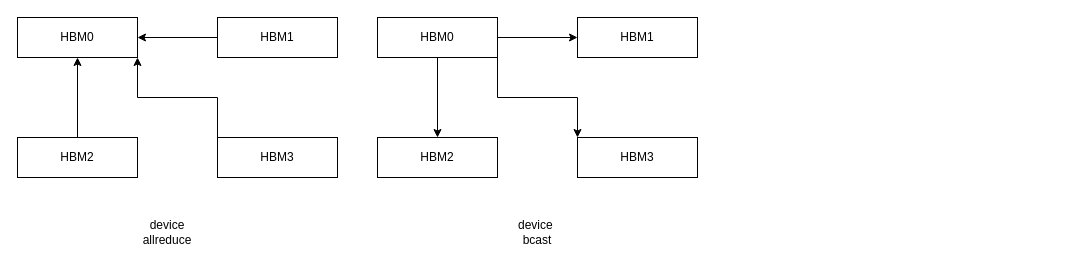
This is device_allreduce.drawio from BEYHHH/SBLP, a draw.io file, before an edit. Source tidied: cells renumbered, new cells numbered last; positions are measured from the earlier drawing's top-left corner, leaving out a move shared by most shapes. Both pictures are drawn from the tidied source at 100%, with x=0, y=0 at pixel (17, 17).
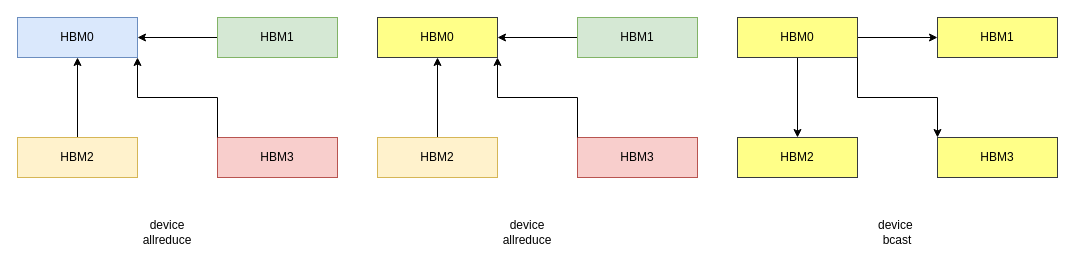
After the change.

Change to the diagram source:
```diff
@@
-    <mxCell id="2" value="HBM0" style="rounded=0;whiteSpace=wrap;html=1;" parent="1" vertex="1">
+    <mxCell id="2" value="HBM0" style="rounded=0;whiteSpace=wrap;html=1;fillColor=#dae8fc;strokeColor=#6c8ebf;" parent="1" vertex="1">
       <mxGeometry width="120" height="40" as="geometry" />
     </mxCell>
@@
-    <mxCell id="4" value="HBM1" style="rounded=0;whiteSpace=wrap;html=1;" parent="1" vertex="1">
+    <mxCell id="4" value="HBM1" style="rounded=0;whiteSpace=wrap;html=1;fillColor=#d5e8d4;strokeColor=#82b366;" parent="1" vertex="1">
       <mxGeometry x="200" width="120" height="40" as="geometry" />
     </mxCell>
@@
-    <mxCell id="6" value="HBM2" style="rounded=0;whiteSpace=wrap;html=1;" parent="1" vertex="1">
+    <mxCell id="6" value="HBM2" style="rounded=0;whiteSpace=wrap;html=1;fillColor=#fff2cc;strokeColor=#d6b656;" parent="1" vertex="1">
       <mxGeometry y="120" width="120" height="40" as="geometry" />
     </mxCell>
-    <mxCell id="7" value="HBM3" style="rounded=0;whiteSpace=wrap;html=1;" parent="1" vertex="1">
+    <mxCell id="7" value="HBM3" style="rounded=0;whiteSpace=wrap;html=1;fillColor=#f8cecc;strokeColor=#b85450;" parent="1" vertex="1">
       <mxGeometry x="200" y="120" width="120" height="40" as="geometry" />
     </mxCell>
@@
-    <mxCell id="9" style="edgeStyle=orthogonalEdgeStyle;rounded=0;jettySize=auto;html=1;" parent="1" edge="1" source="11" target="13">
-      <mxGeometry relative="1" as="geometry" />
-    </mxCell>
-    <mxCell id="10" style="edgeStyle=orthogonalEdgeStyle;rounded=0;jettySize=auto;html=1;" parent="1" edge="1" source="11" target="12">
-      <mxGeometry relative="1" as="geometry" />
-    </mxCell>
-    <mxCell id="11" value="HBM0" style="rounded=0;whiteSpace=wrap;html=1;" parent="1" vertex="1">
-      <mxGeometry x="360" width="120" height="40" as="geometry" />
-    </mxCell>
-    <mxCell id="12" value="HBM1" style="rounded=0;whiteSpace=wrap;html=1;" parent="1" vertex="1">
-      <mxGeometry x="560" width="120" height="40" as="geometry" />
-    </mxCell>
-    <mxCell id="13" value="HBM2" style="rounded=0;whiteSpace=wrap;html=1;" parent="1" vertex="1">
-      <mxGeometry x="360" y="120" width="120" height="40" as="geometry" />
-    </mxCell>
-    <mxCell id="14" value="HBM3" style="rounded=0;whiteSpace=wrap;html=1;" parent="1" vertex="1">
-      <mxGeometry x="560" y="120" width="120" height="40" as="geometry" />
-    </mxCell>
-    <mxCell id="15" style="edgeStyle=orthogonalEdgeStyle;rounded=0;jettySize=auto;html=1;exitX=1;exitY=1;exitDx=0;exitDy=0;entryX=0;entryY=0;entryDx=0;entryDy=0;" parent="1" edge="1" source="11" target="14">
-      <mxGeometry relative="1" as="geometry" />
-    </mxCell>
@@
+    <mxCell id="18" style="edgeStyle=orthogonalEdgeStyle;rounded=0;jettySize=auto;html=1;" parent="1" edge="1" source="20" target="22">
+      <mxGeometry relative="1" as="geometry" />
+    </mxCell>
+    <mxCell id="19" style="edgeStyle=orthogonalEdgeStyle;rounded=0;jettySize=auto;html=1;" parent="1" edge="1" source="20" target="21">
+      <mxGeometry relative="1" as="geometry" />
+    </mxCell>
+    <mxCell id="20" value="HBM0" style="rounded=0;whiteSpace=wrap;html=1;fillColor=#ffff88;strokeColor=#36393d;" parent="1" vertex="1">
+      <mxGeometry x="720" width="120" height="40" as="geometry" />
+    </mxCell>
+    <mxCell id="21" value="HBM1" style="rounded=0;whiteSpace=wrap;html=1;fillColor=#ffff88;strokeColor=#36393d;" parent="1" vertex="1">
+      <mxGeometry x="920" width="120" height="40" as="geometry" />
+    </mxCell>
+    <mxCell id="22" value="HBM2" style="rounded=0;whiteSpace=wrap;html=1;fillColor=#ffff88;strokeColor=#36393d;" parent="1" vertex="1">
+      <mxGeometry x="720" y="120" width="120" height="40" as="geometry" />
+    </mxCell>
+    <mxCell id="23" value="HBM3" style="rounded=0;whiteSpace=wrap;html=1;fillColor=#ffff88;strokeColor=#36393d;" parent="1" vertex="1">
+      <mxGeometry x="920" y="120" width="120" height="40" as="geometry" />
+    </mxCell>
+    <mxCell id="24" style="edgeStyle=orthogonalEdgeStyle;rounded=0;jettySize=auto;html=1;exitX=1;exitY=1;exitDx=0;exitDy=0;entryX=0;entryY=0;entryDx=0;entryDy=0;" parent="1" edge="1" source="20" target="23">
+      <mxGeometry relative="1" as="geometry" />
+    </mxCell>
     <mxCell id="17" value="device&amp;nbsp;&lt;br&gt;bcast" style="text;html=1;strokeColor=none;fillColor=none;align=center;verticalAlign=middle;whiteSpace=wrap;rounded=0;" parent="1" vertex="1">
-      <mxGeometry x="490" y="200" width="60" height="30" as="geometry" />
+      <mxGeometry x="850" y="200" width="60" height="30" as="geometry" />
     </mxCell>
+    <mxCell id="25" value="HBM0" style="rounded=0;whiteSpace=wrap;html=1;fillColor=#ffff88;strokeColor=#36393d;" parent="1" vertex="1">
+      <mxGeometry x="360" width="120" height="40" as="geometry" />
+    </mxCell>
+    <mxCell id="26" style="edgeStyle=orthogonalEdgeStyle;rounded=0;jettySize=auto;html=1;" parent="1" edge="1" source="27" target="25">
+      <mxGeometry relative="1" as="geometry" />
+    </mxCell>
+    <mxCell id="27" value="HBM1" style="rounded=0;whiteSpace=wrap;html=1;fillColor=#d5e8d4;strokeColor=#82b366;" parent="1" vertex="1">
+      <mxGeometry x="560" width="120" height="40" as="geometry" />
+    </mxCell>
+    <mxCell id="28" style="edgeStyle=orthogonalEdgeStyle;rounded=0;jettySize=auto;html=1;" parent="1" edge="1" source="29" target="25">
+      <mxGeometry relative="1" as="geometry" />
+    </mxCell>
+    <mxCell id="29" value="HBM2" style="rounded=0;whiteSpace=wrap;html=1;fillColor=#fff2cc;strokeColor=#d6b656;" parent="1" vertex="1">
+      <mxGeometry x="360" y="120" width="120" height="40" as="geometry" />
+    </mxCell>
+    <mxCell id="30" value="HBM3" style="rounded=0;whiteSpace=wrap;html=1;fillColor=#f8cecc;strokeColor=#b85450;" parent="1" vertex="1">
+      <mxGeometry x="560" y="120" width="120" height="40" as="geometry" />
+    </mxCell>
+    <mxCell id="31" style="edgeStyle=orthogonalEdgeStyle;rounded=0;jettySize=auto;html=1;exitX=0;exitY=0;exitDx=0;exitDy=0;entryX=1;entryY=1;entryDx=0;entryDy=0;" parent="1" edge="1" source="30" target="25">
+      <mxGeometry relative="1" as="geometry" />
+    </mxCell>
+    <mxCell id="32" value="device allreduce" style="text;html=1;strokeColor=none;fillColor=none;align=center;verticalAlign=middle;whiteSpace=wrap;rounded=0;" parent="1" vertex="1">
+      <mxGeometry x="480" y="200" width="60" height="30" as="geometry" />
+    </mxCell>
```
